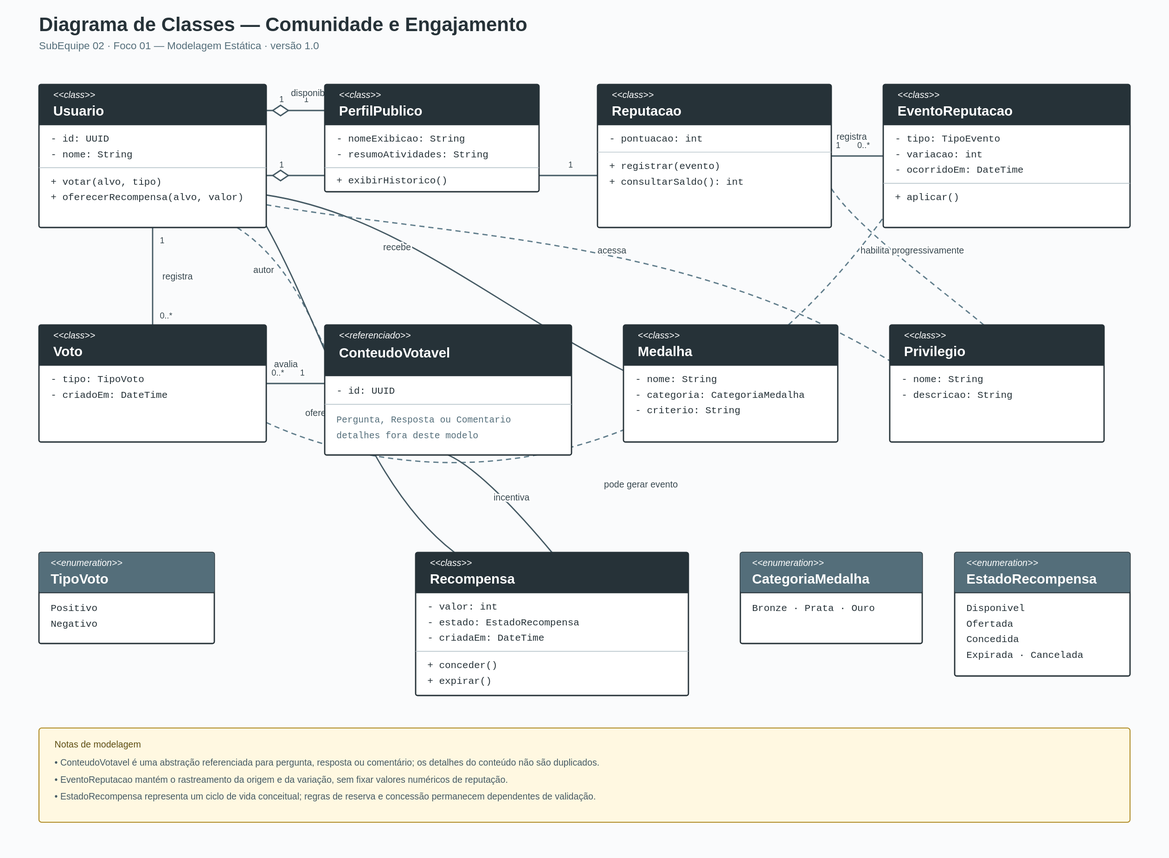
This is docs/Base/Relatórios/assets/diagrama_classes_comunidade_engajamento_v1.svg from UnBArqDsw2026-2-Turma02/2026.2-T02-_G2_ProjetoForum_Entrega02, a PlantUML export, as it was before one commit. Its source is kept beside it as docs/Base/Relatórios/assets/diagrama_classes_comunidade_engajamento_v1.puml. The source it was exported from:
```plantuml
@startuml
title Diagrama de Classes — Comunidade e Engajamento

hide circle
skinparam classAttributeIconSize 0
skinparam linetype ortho
skinparam shadowing false
skinparam class {
  BackgroundColor #FFFFFF
  BorderColor #263238
  HeaderBackgroundColor #263238
  HeaderFontColor #FFFFFF
  FontColor #263238
}

class Usuario {
  - id: UUID
  - nome: String
  + votar(alvo: ConteudoVotavel, tipo: TipoVoto)
  + oferecerRecompensa(alvo: ConteudoVotavel, valor: int)
}

class PerfilPublico {
  - nomeExibicao: String
  - resumoAtividades: String
  + exibirHistorico()
}

class Reputacao {
  - pontuacao: int
  + registrar(evento: EventoReputacao)
  + consultarSaldo(): int
}

class Voto {
  - tipo: TipoVoto
  - criadoEm: DateTime
}

abstract class ConteudoVotavel <<referenciado>> {
  - id: UUID
}

class EventoReputacao {
  - tipo: TipoEvento
  - variacao: int
  - ocorridoEm: DateTime
  + aplicar()
}

class Medalha {
  - nome: String
  - categoria: CategoriaMedalha
  - criterio: String
}

class Privilegio {
  - nome: String
  - descricao: String
}

class Recompensa {
  - valor: int
  - estado: EstadoRecompensa
  - criadaEm: DateTime
  + conceder()
  + expirar()
}

enum TipoVoto {
  Positivo
  Negativo
}

enum CategoriaMedalha {
  Bronze
  Prata
  Ouro
}

enum EstadoRecompensa {
  Disponivel
  Ofertada
  Concedida
  Expirada
  Cancelada
}

enum TipoEvento {
  Voto
  RespostaAceita
  Recompensa
  Outro
}

Usuario "1" *-- "1" PerfilPublico : disponibiliza
Usuario "1" *-- "1" Reputacao : mantém
Usuario "1" -- "0..*" Voto : registra
Voto "0..*" --> "1" ConteudoVotavel : avalia
ConteudoVotavel "1" --> "1" Usuario : possui autor
Reputacao "1" *-- "0..*" EventoReputacao : registra
Voto "0..1" --> "0..1" EventoReputacao : pode gerar
Usuario "0..*" -- "0..*" Medalha : recebe
Usuario "0..*" -- "0..*" Privilegio : acessa
Reputacao ..> Privilegio : habilita progressivamente
Usuario "1" -- "0..*" Recompensa : oferece
Recompensa "0..*" --> "1" ConteudoVotavel : incentiva

Voto --> TipoVoto
Medalha --> CategoriaMedalha
Recompensa --> EstadoRecompensa
EventoReputacao --> TipoEvento

note right of ConteudoVotavel
  Representa pergunta, resposta ou comentário.
  Seus detalhes pertencem a outro recorte
  e não são detalhados neste modelo.
end note

note bottom of Recompensa
  Os estados explicitam o ciclo de vida
  conceitual da recompensa.
end note
@enduml
```
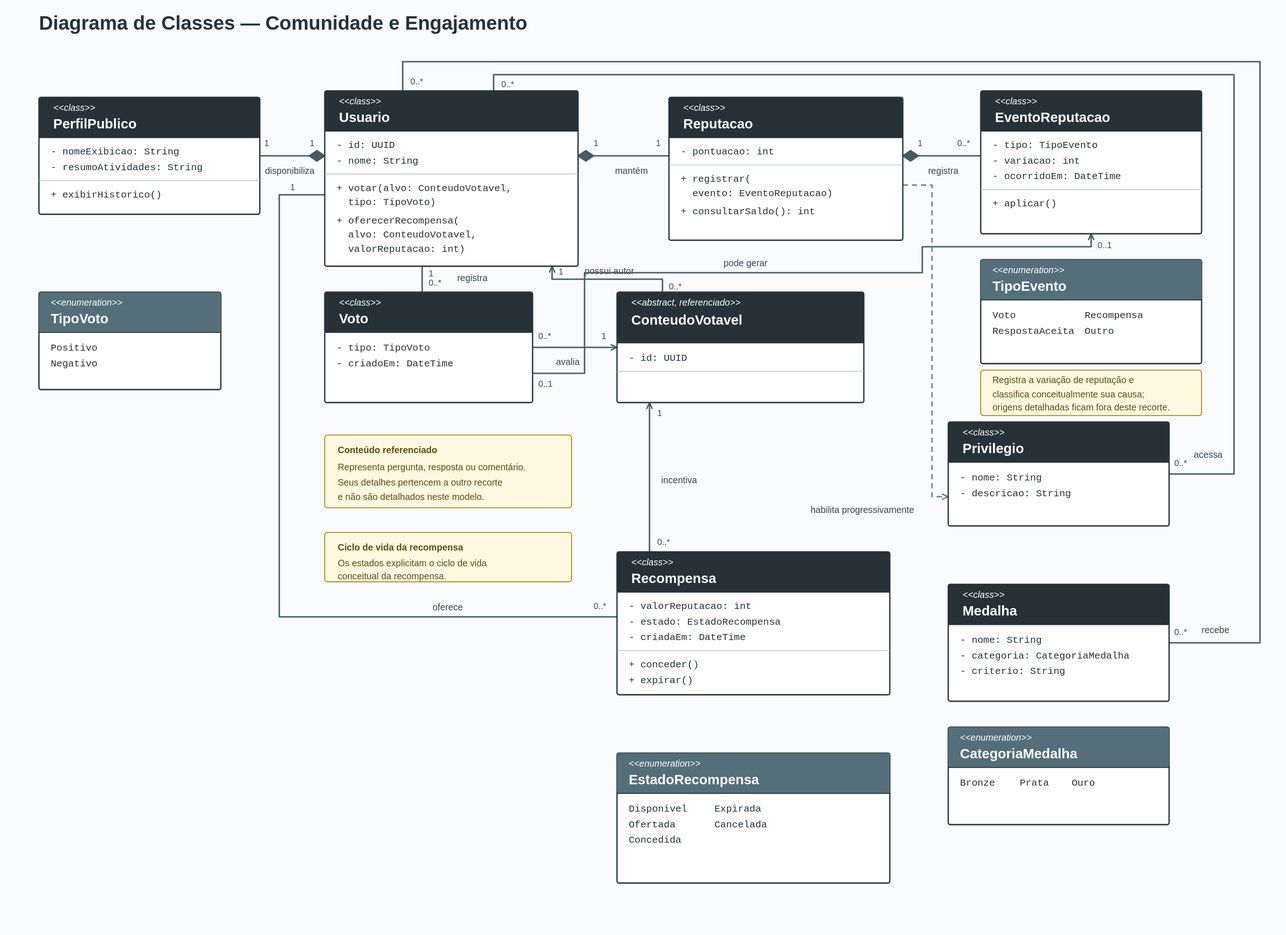
Above is the later version.

Commit message:
docs(subequipe02): [#2] consolida diagrama de classes do foco 01

The edit, as a diff of the source:
```diff
@@ -17,7 +17,7 @@
   - id: UUID
   - nome: String
   + votar(alvo: ConteudoVotavel, tipo: TipoVoto)
-  + oferecerRecompensa(alvo: ConteudoVotavel, valor: int)
+  + oferecerRecompensa(alvo: ConteudoVotavel, valorReputacao: int)
 }
 
 class PerfilPublico {
@@ -60,7 +60,7 @@
 }
 
 class Recompensa {
-  - valor: int
+  - valorReputacao: int
   - estado: EstadoRecompensa
   - criadaEm: DateTime
   + conceder()
@@ -97,7 +97,7 @@
 Usuario "1" *-- "1" Reputacao : mantém
 Usuario "1" -- "0..*" Voto : registra
 Voto "0..*" --> "1" ConteudoVotavel : avalia
-ConteudoVotavel "1" --> "1" Usuario : possui autor
+ConteudoVotavel "0..*" --> "1" Usuario : possui autor
 Reputacao "1" *-- "0..*" EventoReputacao : registra
 Voto "0..1" --> "0..1" EventoReputacao : pode gerar
 Usuario "0..*" -- "0..*" Medalha : recebe
@@ -106,15 +106,16 @@
 Usuario "1" -- "0..*" Recompensa : oferece
 Recompensa "0..*" --> "1" ConteudoVotavel : incentiva
 
-Voto --> TipoVoto
-Medalha --> CategoriaMedalha
-Recompensa --> EstadoRecompensa
-EventoReputacao --> TipoEvento
-
 note right of ConteudoVotavel
   Representa pergunta, resposta ou comentário.
   Seus detalhes pertencem a outro recorte
   e não são detalhados neste modelo.
+end note
+
+note right of EventoReputacao
+  Registra a variação de reputação e
+  classifica conceitualmente sua causa;
+  origens detalhadas ficam fora deste recorte.
 end note
 
 note bottom of Recompensa
```
